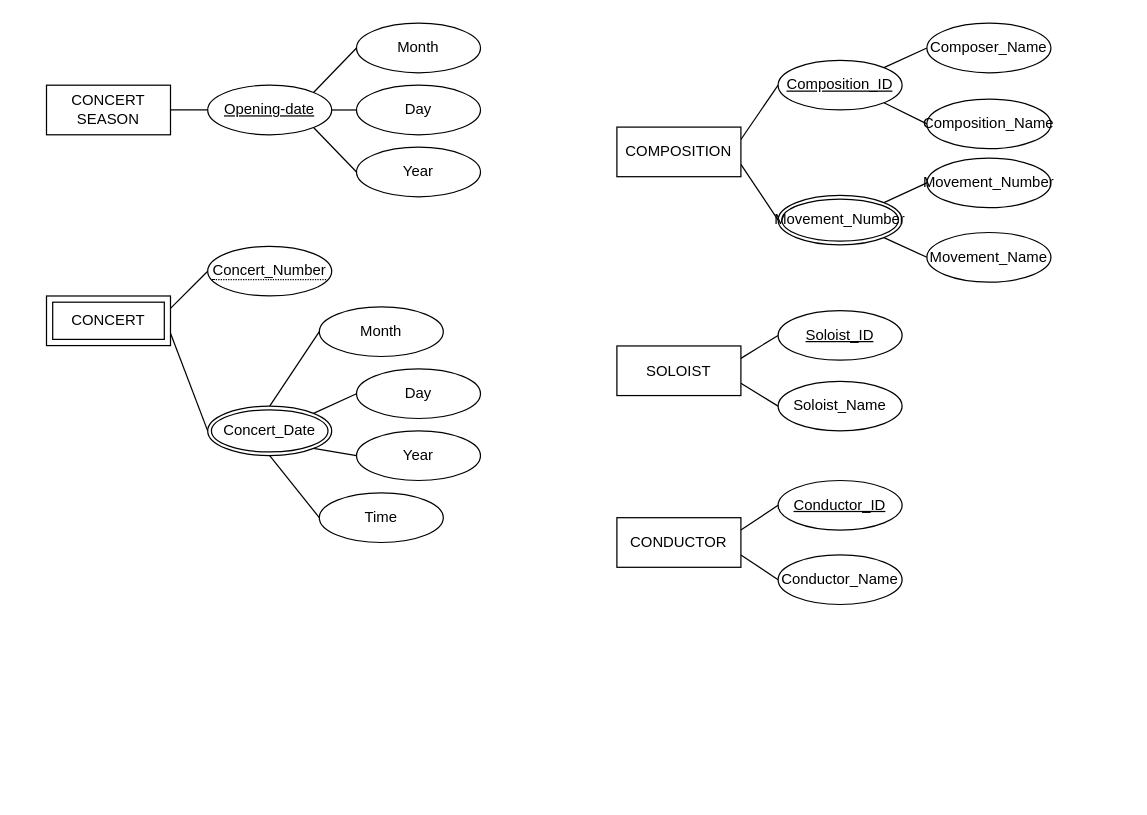
Earlier version of the draw.io diagram page "交響樂團資料庫1" (1 of 3) of HW1/HW1.drawio (alicejimmy/2022-Bioinformatics-and-Medical-Databases-HW). Source tidied: cells renumbered, new cells numbered last; positions are measured from the earlier drawing's top-left corner, leaving out a move shared by most shapes. Both pictures are drawn from the tidied source at 124%, with x=0, y=0 at pixel (46, 21).
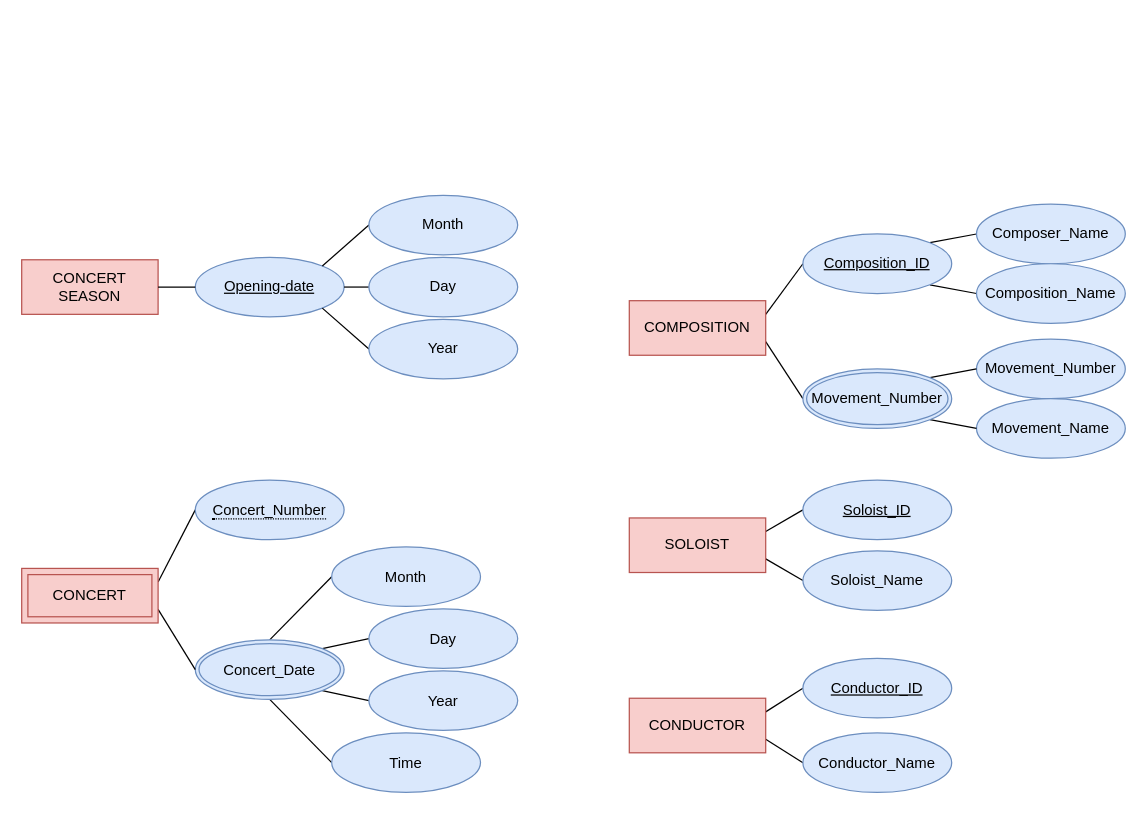
The same page after the edit.

Diff of the diagram source:
```diff
@@
-    <mxCell id="2" value="CONCERT SEASON" style="whiteSpace=wrap;html=1;align=center;" parent="1" vertex="1">
-      <mxGeometry y="51.2" width="100" height="40" as="geometry" />
+    <mxCell id="2" value="CONCERT SEASON" style="whiteSpace=wrap;html=1;align=center;fillColor=#f8cecc;strokeColor=#b85450;" parent="1" vertex="1">
+      <mxGeometry x="-20" y="192" width="110" height="44" as="geometry" />
     </mxCell>
@@
-    <mxCell id="5" value="COMPOSITION" style="whiteSpace=wrap;html=1;align=center;" parent="1" vertex="1">
-      <mxGeometry x="460" y="85" width="100" height="40" as="geometry" />
+    <mxCell id="5" value="COMPOSITION" style="whiteSpace=wrap;html=1;align=center;fillColor=#f8cecc;strokeColor=#b85450;" parent="1" vertex="1">
+      <mxGeometry x="470" y="225" width="110" height="44" as="geometry" />
     </mxCell>
@@
-    <mxCell id="8" value="CONDUCTOR" style="whiteSpace=wrap;html=1;align=center;" parent="1" vertex="1">
-      <mxGeometry x="460" y="400" width="100" height="40" as="geometry" />
+    <mxCell id="8" value="CONDUCTOR" style="whiteSpace=wrap;html=1;align=center;fillColor=#f8cecc;strokeColor=#b85450;" parent="1" vertex="1">
+      <mxGeometry x="470" y="545.6" width="110" height="44" as="geometry" />
     </mxCell>
@@
-    <mxCell id="11" value="SOLOIST" style="whiteSpace=wrap;html=1;align=center;" parent="1" vertex="1">
-      <mxGeometry x="460" y="261.5" width="100" height="40" as="geometry" />
+    <mxCell id="11" value="SOLOIST" style="whiteSpace=wrap;html=1;align=center;fillColor=#f8cecc;strokeColor=#b85450;" parent="1" vertex="1">
+      <mxGeometry x="470" y="400.2" width="110" height="44" as="geometry" />
     </mxCell>
-    <mxCell id="12" value="Opening-date" style="ellipse;whiteSpace=wrap;html=1;align=center;fontStyle=4;" parent="1" vertex="1">
-      <mxGeometry x="130" y="51.2" width="100" height="40" as="geometry" />
+    <mxCell id="12" value="Opening-date" style="ellipse;whiteSpace=wrap;html=1;align=center;fontStyle=4;labelBackgroundColor=none;fillColor=#dae8fc;strokeColor=#6c8ebf;shadow=0;sketch=0;" parent="1" vertex="1">
+      <mxGeometry x="120" y="190" width="120" height="48" as="geometry" />
     </mxCell>
@@
-    <mxCell id="14" value="Month" style="ellipse;whiteSpace=wrap;html=1;align=center;" parent="1" vertex="1">
-      <mxGeometry x="250" y="1.2" width="100" height="40" as="geometry" />
+    <mxCell id="14" value="Month" style="ellipse;whiteSpace=wrap;html=1;align=center;labelBackgroundColor=none;fillColor=#dae8fc;strokeColor=#6c8ebf;shadow=0;sketch=0;" parent="1" vertex="1">
+      <mxGeometry x="260" y="140" width="120" height="48" as="geometry" />
     </mxCell>
@@
-    <mxCell id="16" value="Day" style="ellipse;whiteSpace=wrap;html=1;align=center;" parent="1" vertex="1">
-      <mxGeometry x="250" y="51.2" width="100" height="40" as="geometry" />
+    <mxCell id="16" value="Day" style="ellipse;whiteSpace=wrap;html=1;align=center;labelBackgroundColor=none;fillColor=#dae8fc;strokeColor=#6c8ebf;shadow=0;sketch=0;" parent="1" vertex="1">
+      <mxGeometry x="260" y="190" width="120" height="48" as="geometry" />
     </mxCell>
@@
-    <mxCell id="18" value="Year" style="ellipse;whiteSpace=wrap;html=1;align=center;" parent="1" vertex="1">
-      <mxGeometry x="250" y="101.2" width="100" height="40" as="geometry" />
+    <mxCell id="18" value="Year" style="ellipse;whiteSpace=wrap;html=1;align=center;labelBackgroundColor=none;fillColor=#dae8fc;strokeColor=#6c8ebf;shadow=0;sketch=0;" parent="1" vertex="1">
+      <mxGeometry x="260" y="240" width="120" height="48" as="geometry" />
     </mxCell>
@@
-    <mxCell id="20" value="Month" style="ellipse;whiteSpace=wrap;html=1;align=center;" parent="1" vertex="1">
-      <mxGeometry x="220" y="230" width="100" height="40" as="geometry" />
+    <mxCell id="20" value="Month" style="ellipse;whiteSpace=wrap;html=1;align=center;labelBackgroundColor=none;fillColor=#dae8fc;strokeColor=#6c8ebf;shadow=0;sketch=0;" parent="1" vertex="1">
+      <mxGeometry x="230" y="423.6" width="120" height="48" as="geometry" />
     </mxCell>
@@
-    <mxCell id="22" value="Day" style="ellipse;whiteSpace=wrap;html=1;align=center;" parent="1" vertex="1">
-      <mxGeometry x="250" y="280" width="100" height="40" as="geometry" />
+    <mxCell id="22" value="Day" style="ellipse;whiteSpace=wrap;html=1;align=center;labelBackgroundColor=none;fillColor=#dae8fc;strokeColor=#6c8ebf;shadow=0;sketch=0;" parent="1" vertex="1">
+      <mxGeometry x="260" y="473.5" width="120" height="48" as="geometry" />
     </mxCell>
@@
-    <mxCell id="24" value="Year" style="ellipse;whiteSpace=wrap;html=1;align=center;" parent="1" vertex="1">
-      <mxGeometry x="250" y="330" width="100" height="40" as="geometry" />
+    <mxCell id="24" value="Year" style="ellipse;whiteSpace=wrap;html=1;align=center;labelBackgroundColor=none;fillColor=#dae8fc;strokeColor=#6c8ebf;shadow=0;sketch=0;" parent="1" vertex="1">
+      <mxGeometry x="260" y="523.5" width="120" height="48" as="geometry" />
     </mxCell>
@@
-    <mxCell id="26" value="Time" style="ellipse;whiteSpace=wrap;html=1;align=center;" parent="1" vertex="1">
-      <mxGeometry x="220" y="380" width="100" height="40" as="geometry" />
+    <mxCell id="26" value="Time" style="ellipse;whiteSpace=wrap;html=1;align=center;labelBackgroundColor=none;fillColor=#dae8fc;strokeColor=#6c8ebf;shadow=0;sketch=0;" parent="1" vertex="1">
+      <mxGeometry x="230" y="573.5" width="120" height="48" as="geometry" />
     </mxCell>
-    <mxCell id="27" value="Concert_Date" style="ellipse;shape=doubleEllipse;margin=3;whiteSpace=wrap;html=1;align=center;" parent="1" vertex="1">
-      <mxGeometry x="130" y="310" width="100" height="40" as="geometry" />
+    <mxCell id="27" value="Concert_Date" style="ellipse;shape=doubleEllipse;margin=3;whiteSpace=wrap;html=1;align=center;labelBackgroundColor=none;fillColor=#dae8fc;strokeColor=#6c8ebf;shadow=0;sketch=0;" parent="1" vertex="1">
+      <mxGeometry x="120" y="498.5" width="120" height="48" as="geometry" />
     </mxCell>
@@
-    <mxCell id="30" value="Composition_ID" style="ellipse;whiteSpace=wrap;html=1;align=center;fontStyle=4;" parent="1" vertex="1">
-      <mxGeometry x="590" y="31.2" width="100" height="40" as="geometry" />
+    <mxCell id="30" value="Composition_ID" style="ellipse;whiteSpace=wrap;html=1;align=center;fontStyle=4;labelBackgroundColor=none;fillColor=#dae8fc;strokeColor=#6c8ebf;shadow=0;sketch=0;" parent="1" vertex="1">
+      <mxGeometry x="610" y="171.2" width="120" height="48" as="geometry" />
     </mxCell>
-    <mxCell id="31" value="Composer_Name" style="ellipse;whiteSpace=wrap;html=1;align=center;" parent="1" vertex="1">
-      <mxGeometry x="710" y="1.2" width="100" height="40" as="geometry" />
+    <mxCell id="31" value="Composer_Name" style="ellipse;whiteSpace=wrap;html=1;align=center;labelBackgroundColor=none;fillColor=#dae8fc;strokeColor=#6c8ebf;shadow=0;sketch=0;" parent="1" vertex="1">
+      <mxGeometry x="750" y="147.2" width="120" height="48" as="geometry" />
     </mxCell>
-    <mxCell id="32" value="Composition_Name" style="ellipse;whiteSpace=wrap;html=1;align=center;" parent="1" vertex="1">
-      <mxGeometry x="710" y="62.4" width="100" height="40" as="geometry" />
+    <mxCell id="32" value="Composition_Name" style="ellipse;whiteSpace=wrap;html=1;align=center;labelBackgroundColor=none;fillColor=#dae8fc;strokeColor=#6c8ebf;shadow=0;sketch=0;" parent="1" vertex="1">
+      <mxGeometry x="750" y="195.2" width="120" height="48" as="geometry" />
     </mxCell>
-    <mxCell id="33" value="Movement_Number" style="ellipse;whiteSpace=wrap;html=1;align=center;" parent="1" vertex="1">
-      <mxGeometry x="710" y="110" width="100" height="40" as="geometry" />
+    <mxCell id="33" value="Movement_Number" style="ellipse;whiteSpace=wrap;html=1;align=center;labelBackgroundColor=none;fillColor=#dae8fc;strokeColor=#6c8ebf;shadow=0;sketch=0;" parent="1" vertex="1">
+      <mxGeometry x="750" y="256" width="120" height="48" as="geometry" />
     </mxCell>
-    <mxCell id="34" value="Movement_Name" style="ellipse;whiteSpace=wrap;html=1;align=center;" parent="1" vertex="1">
-      <mxGeometry x="710" y="170" width="100" height="40" as="geometry" />
+    <mxCell id="34" value="Movement_Name" style="ellipse;whiteSpace=wrap;html=1;align=center;labelBackgroundColor=none;fillColor=#dae8fc;strokeColor=#6c8ebf;shadow=0;sketch=0;" parent="1" vertex="1">
+      <mxGeometry x="750" y="304" width="120" height="48" as="geometry" />
     </mxCell>
@@
-    <mxCell id="37" value="Movement_Number" style="ellipse;shape=doubleEllipse;margin=3;whiteSpace=wrap;html=1;align=center;" parent="1" vertex="1">
-      <mxGeometry x="590" y="140" width="100" height="40" as="geometry" />
+    <mxCell id="37" value="Movement_Number" style="ellipse;shape=doubleEllipse;margin=3;whiteSpace=wrap;html=1;align=center;labelBackgroundColor=none;fillColor=#dae8fc;strokeColor=#6c8ebf;shadow=0;sketch=0;" parent="1" vertex="1">
+      <mxGeometry x="610" y="280" width="120" height="48" as="geometry" />
     </mxCell>
-    <mxCell id="38" value="Conductor_ID" style="ellipse;whiteSpace=wrap;html=1;align=center;fontStyle=4;" parent="1" vertex="1">
-      <mxGeometry x="590" y="370" width="100" height="40" as="geometry" />
+    <mxCell id="38" value="Conductor_ID" style="ellipse;whiteSpace=wrap;html=1;align=center;fontStyle=4;labelBackgroundColor=none;fillColor=#dae8fc;strokeColor=#6c8ebf;shadow=0;sketch=0;" parent="1" vertex="1">
+      <mxGeometry x="610" y="513.5" width="120" height="48" as="geometry" />
     </mxCell>
-    <mxCell id="39" value="Conductor_Name" style="ellipse;whiteSpace=wrap;html=1;align=center;" parent="1" vertex="1">
-      <mxGeometry x="590" y="430" width="100" height="40" as="geometry" />
+    <mxCell id="39" value="Conductor_Name" style="ellipse;whiteSpace=wrap;html=1;align=center;labelBackgroundColor=none;fillColor=#dae8fc;strokeColor=#6c8ebf;shadow=0;sketch=0;" parent="1" vertex="1">
+      <mxGeometry x="610" y="573.6" width="120" height="48" as="geometry" />
     </mxCell>
-    <mxCell id="40" value="Soloist_ID" style="ellipse;whiteSpace=wrap;html=1;align=center;fontStyle=4;" parent="1" vertex="1">
-      <mxGeometry x="590" y="233" width="100" height="40" as="geometry" />
+    <mxCell id="40" value="Soloist_ID" style="ellipse;whiteSpace=wrap;html=1;align=center;fontStyle=4;labelBackgroundColor=none;fillColor=#dae8fc;strokeColor=#6c8ebf;shadow=0;sketch=0;" parent="1" vertex="1">
+      <mxGeometry x="610" y="369.7" width="120" height="48" as="geometry" />
     </mxCell>
-    <mxCell id="41" value="Soloist_Name" style="ellipse;whiteSpace=wrap;html=1;align=center;" parent="1" vertex="1">
-      <mxGeometry x="590" y="290" width="100" height="40" as="geometry" />
+    <mxCell id="41" value="Soloist_Name" style="ellipse;whiteSpace=wrap;html=1;align=center;labelBackgroundColor=none;fillColor=#dae8fc;strokeColor=#6c8ebf;shadow=0;sketch=0;" parent="1" vertex="1">
+      <mxGeometry x="610" y="426.7" width="120" height="48" as="geometry" />
     </mxCell>
@@
-    <mxCell id="44" value="CONCERT" style="shape=ext;margin=3;double=1;whiteSpace=wrap;html=1;align=center;" parent="1" vertex="1">
-      <mxGeometry y="221.2" width="100" height="40" as="geometry" />
+    <mxCell id="44" value="CONCERT" style="shape=ext;margin=3;double=1;whiteSpace=wrap;html=1;align=center;fillColor=#f8cecc;strokeColor=#b85450;" parent="1" vertex="1">
+      <mxGeometry x="-20" y="440.9" width="110" height="44" as="geometry" />
     </mxCell>
-    <mxCell id="45" value="&lt;span style=&quot;border-bottom: 1px dotted&quot;&gt;Concert_Number&lt;/span&gt;" style="ellipse;whiteSpace=wrap;html=1;align=center;" parent="1" vertex="1">
-      <mxGeometry x="130" y="181.2" width="100" height="40" as="geometry" />
+    <mxCell id="45" value="&lt;span style=&quot;border-bottom: 1px dotted&quot;&gt;Concert_Number&lt;/span&gt;" style="ellipse;whiteSpace=wrap;html=1;align=center;labelBackgroundColor=none;fillColor=#dae8fc;strokeColor=#6c8ebf;shadow=0;sketch=0;" parent="1" vertex="1">
+      <mxGeometry x="120" y="369.7" width="120" height="48" as="geometry" />
     </mxCell>
@@
     <mxCell id="47" style="edgeStyle=none;rounded=0;orthogonalLoop=1;jettySize=auto;html=1;exitX=0.5;exitY=1;exitDx=0;exitDy=0;endArrow=none;endFill=0;" parent="1" edge="1">
       <mxGeometry relative="1" as="geometry">
-        <mxPoint x="700" as="sourcePoint" />
-        <mxPoint x="700" as="targetPoint" />
+        <mxPoint x="720" y="140" as="sourcePoint" />
+        <mxPoint x="720" y="140" as="targetPoint" />
       </mxGeometry>
     </mxCell>
```
